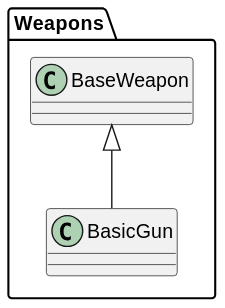
This is plantuml/out/Weapon/BasicGun.svg from asterisk-cn/RougueShooter, a PlantUML export, as it was before one commit.
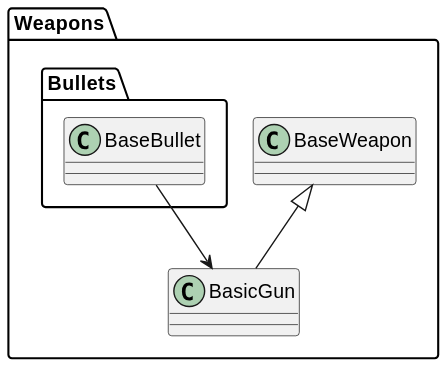
After the change.

The edit, as a diff of the source:
```diff
@@ -2,6 +2,7 @@
 namespace Weapons{
 class BasicGun {
 }
-BaseWeapon <|-- BasicGun
 }
+Weapons.BaseWeapon <|-- BasicGun
+Weapons.Bullets.BaseBullet --> BasicGun
 @enduml
```
